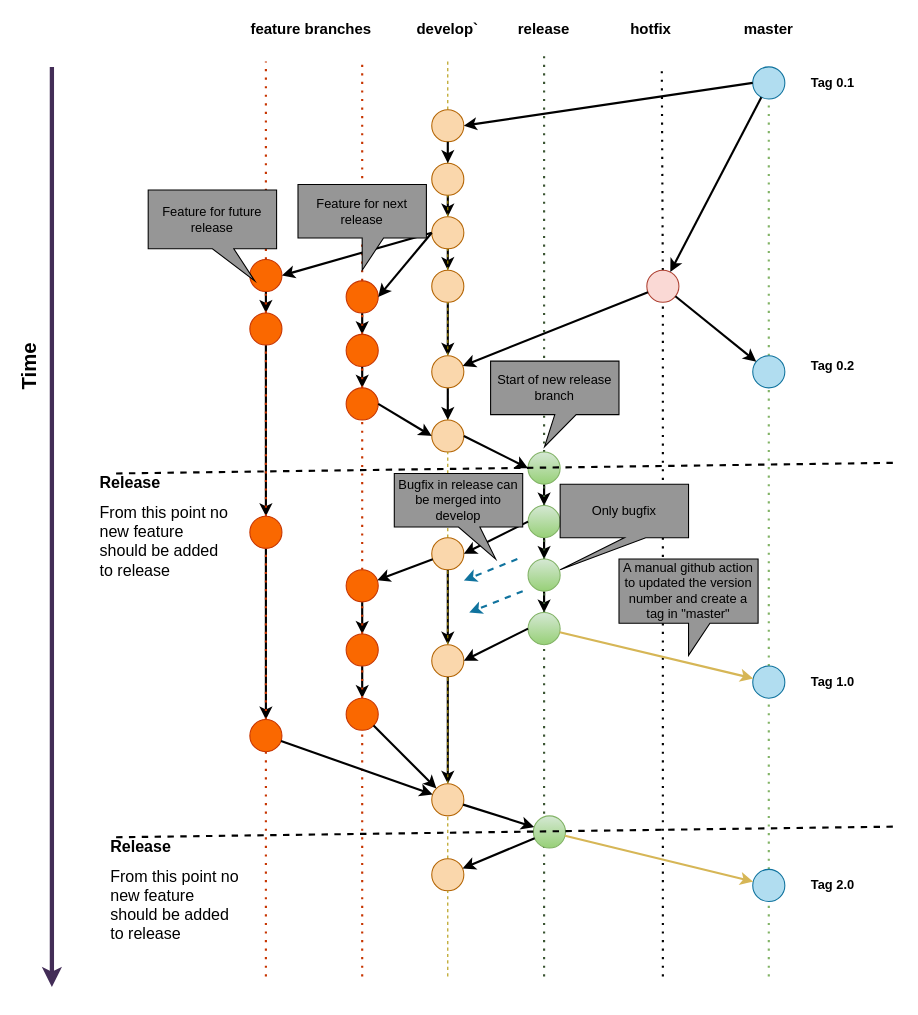
Before: Branching System.drawio in roushanatlcci/testRepo, a draw.io diagram. Source tidied: cells renumbered, new cells numbered last; positions are measured from the earlier drawing's top-left corner, leaving out a move shared by most shapes. Both pictures are drawn from the tidied source at 107%, with x=0, y=0 at pixel (9, 18).
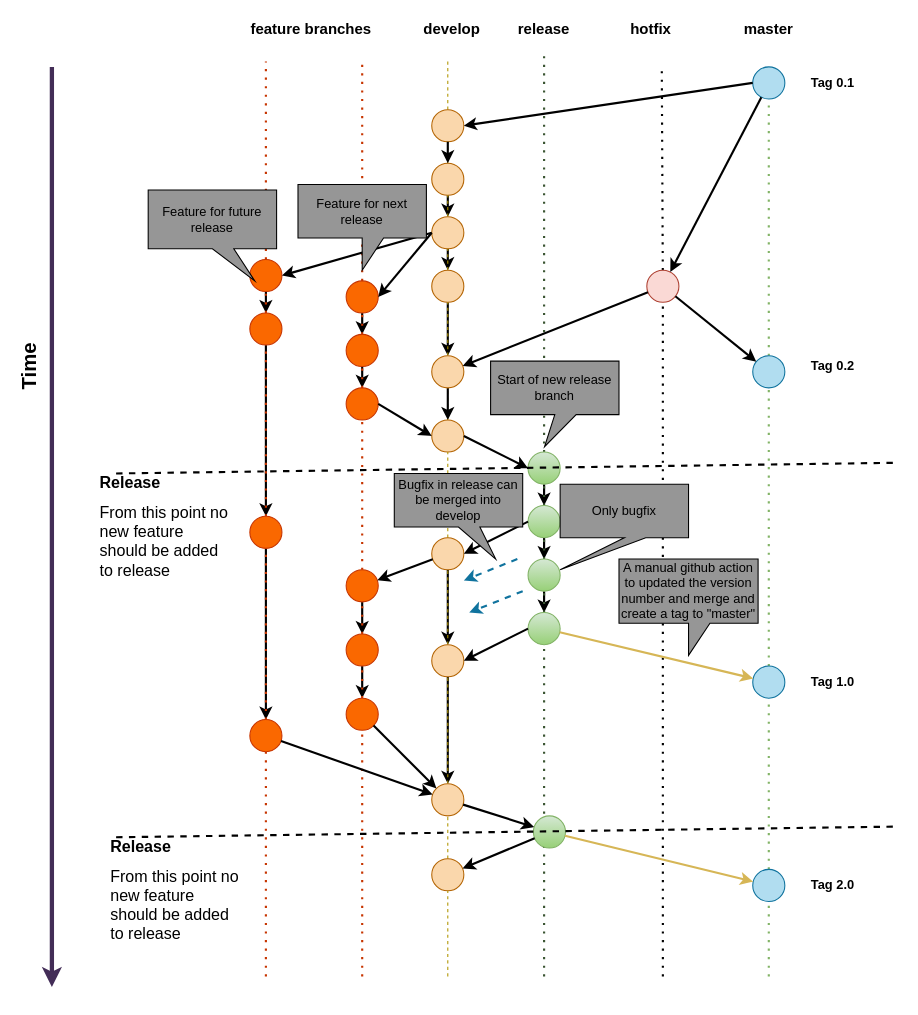
After the change.

Diff of the diagram source:
```diff
@@
-    <mxCell id="5" value="&lt;font style=&quot;font-size: 14px&quot;&gt;&lt;b&gt;develop`&lt;/b&gt;&lt;/font&gt;" style="text;html=1;strokeColor=none;fillColor=none;align=center;verticalAlign=middle;whiteSpace=wrap;rounded=0;" parent="1" vertex="1">
-      <mxGeometry x="380" width="60" height="20" as="geometry" />
+    <mxCell id="5" value="&lt;font style=&quot;font-size: 14px&quot;&gt;&lt;b&gt;develop&lt;/b&gt;&lt;/font&gt;" style="text;html=1;strokeColor=none;fillColor=none;align=center;verticalAlign=middle;whiteSpace=wrap;rounded=0;" parent="1" vertex="1">
+      <mxGeometry x="379" width="70" height="20" as="geometry" />
     </mxCell>
@@
-    <mxCell id="122" value="A manual github action to updated the version number and create a tag in &quot;master&quot;" style="shape=callout;whiteSpace=wrap;html=1;perimeter=calloutPerimeter;fillColor=#969696;gradientColor=none;" parent="1" vertex="1">
+    <mxCell id="122" value="A manual github action to updated the version number and merge and create a tag to &quot;master&quot;" style="shape=callout;whiteSpace=wrap;html=1;perimeter=calloutPerimeter;fillColor=#969696;gradientColor=none;" parent="1" vertex="1">
       <mxGeometry x="570" y="505" width="130" height="90" as="geometry" />
     </mxCell>
```
